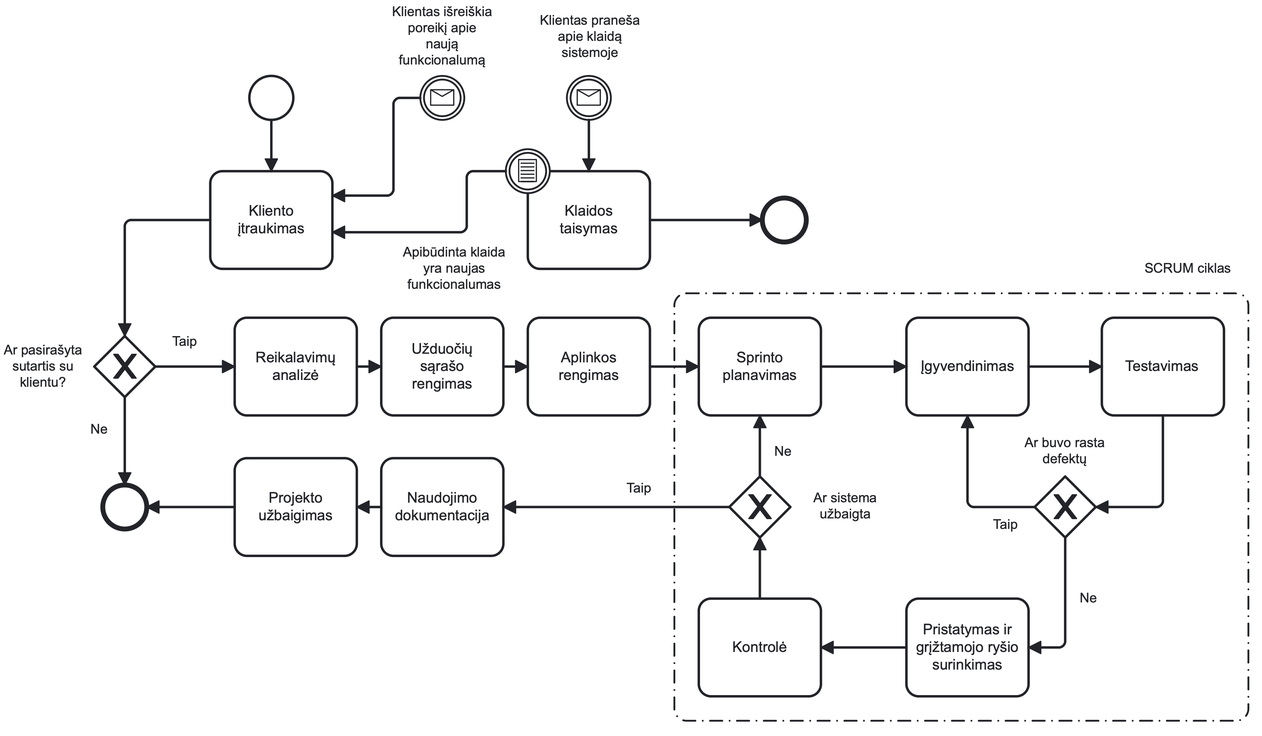
The BPMN diagram task-2-improvement/etc/diagrams/processes.png in ArnasVaic/software-process, before a commit. Its source is kept beside it as task-2-improvement/etc/bpmn/processes.bpmn. Ids are renumbered.
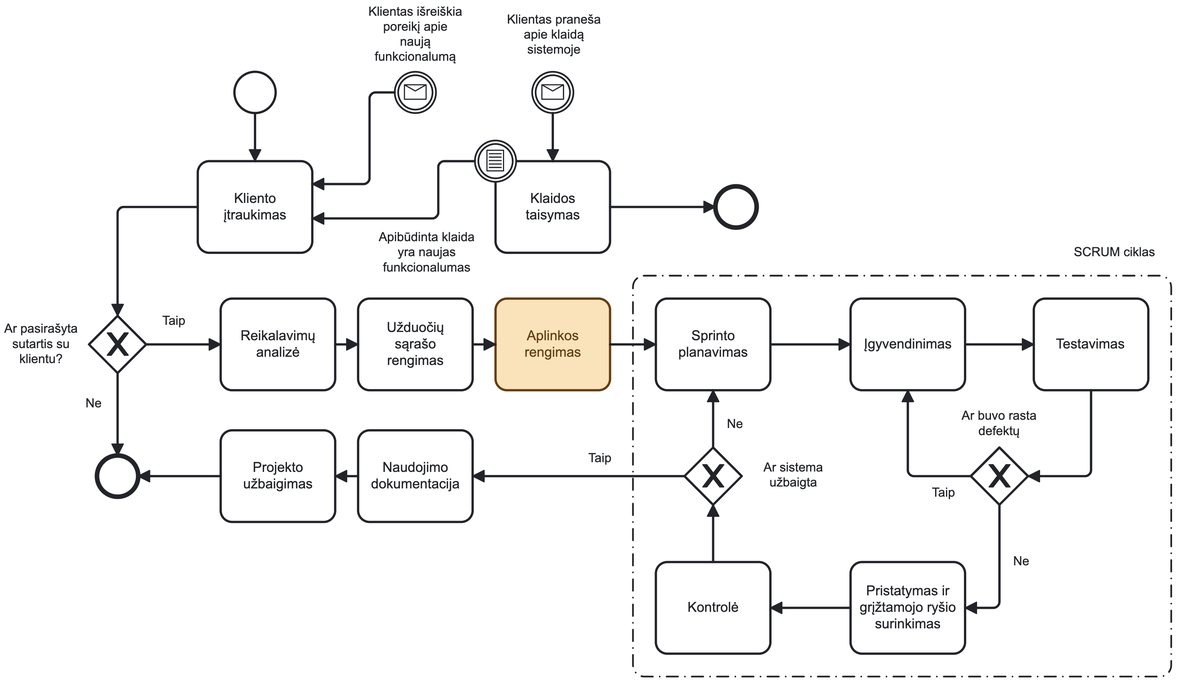
After the commit.

The edit, as a diff of the source:
```diff
@@ -1,4 +1,4 @@
-<definitions xmlns="http://www.omg.org/spec/BPMN/20100524/MODEL" xmlns:bpmndi="http://www.omg.org/spec/BPMN/20100524/DI" xmlns:omgdi="http://www.omg.org/spec/DD/20100524/DI" xmlns:omgdc="http://www.omg.org/spec/DD/20100524/DC" xmlns:xsi="http://www.w3.org/2001/XMLSchema-instance" id="sid-38422fae-e03e-43a3-bef4-bd33b32041b2" targetNamespace="http://bpmn.io/bpmn" exporter="bpmn-js (https://demo.bpmn.io)" exporterVersion="17.11.1">
+<definitions xmlns="http://www.omg.org/spec/BPMN/20100524/MODEL" xmlns:bpmndi="http://www.omg.org/spec/BPMN/20100524/DI" xmlns:omgdi="http://www.omg.org/spec/DD/20100524/DI" xmlns:omgdc="http://www.omg.org/spec/DD/20100524/DC" xmlns:xsi="http://www.w3.org/2001/XMLSchema-instance" xmlns:bioc="http://bpmn.io/schema/bpmn/biocolor/1.0" xmlns:color="http://www.omg.org/spec/BPMN/non-normative/color/1.0" id="sid-38422fae-e03e-43a3-bef4-bd33b32041b2" targetNamespace="http://bpmn.io/bpmn" exporter="bpmn-js (https://demo.bpmn.io)" exporterVersion="18.0.0">
   <process id="Process_1" isExecutable="false">
     <startEvent id="Event_n1">
       <outgoing>Flow_n2</outgoing>
@@ -127,52 +127,8 @@
         <omgdc:Bounds x="320" y="190" width="100" height="80" />
         <bpmndi:BPMNLabel />
       </bpmndi:BPMNShape>
-      <bpmndi:BPMNShape id="Activity_n36_di" bpmnElement="Activity_n36">
-        <omgdc:Bounds x="580" y="190" width="100" height="80" />
-        <bpmndi:BPMNLabel />
-      </bpmndi:BPMNShape>
-      <bpmndi:BPMNShape id="Event_n39_di" bpmnElement="Event_n39">
-        <omgdc:Bounds x="772" y="212" width="36" height="36" />
-      </bpmndi:BPMNShape>
-      <bpmndi:BPMNShape id="Event_1sedg9b_di" bpmnElement="Event_n40">
-        <omgdc:Bounds x="612" y="112" width="36" height="36" />
-        <bpmndi:BPMNLabel>
-          <omgdc:Bounds x="590" y="60" width="82" height="40" />
-        </bpmndi:BPMNLabel>
-      </bpmndi:BPMNShape>
-      <bpmndi:BPMNShape id="BPMNShape_n50" bpmnElement="Event_n43">
-        <omgdc:Bounds x="492" y="112" width="36" height="36" />
-        <bpmndi:BPMNLabel>
-          <omgdc:Bounds x="469" y="53" width="82" height="53" />
-        </bpmndi:BPMNLabel>
-      </bpmndi:BPMNShape>
       <bpmndi:BPMNShape id="Activity_n7_di" bpmnElement="Activity_n7">
         <omgdc:Bounds x="460" y="310" width="100" height="80" />
-        <bpmndi:BPMNLabel />
-      </bpmndi:BPMNShape>
-      <bpmndi:BPMNShape id="Activity_n26_di" bpmnElement="Activity_n26">
-        <omgdc:Bounds x="460" y="425" width="100" height="80" />
-        <bpmndi:BPMNLabel />
-      </bpmndi:BPMNShape>
-      <bpmndi:BPMNShape id="Activity_n28_di" bpmnElement="Activity_n28">
-        <omgdc:Bounds x="340" y="425" width="100" height="80" />
-        <bpmndi:BPMNLabel />
-      </bpmndi:BPMNShape>
-      <bpmndi:BPMNShape id="Event_n30_di" bpmnElement="Event_n30">
-        <omgdc:Bounds x="232" y="447" width="36" height="36" />
-      </bpmndi:BPMNShape>
-      <bpmndi:BPMNShape id="Gateway_n32_di" bpmnElement="Gateway_n32" isMarkerVisible="true">
-        <omgdc:Bounds x="225" y="325" width="50" height="50" />
-        <bpmndi:BPMNLabel>
-          <omgdc:Bounds x="151" y="330" width="65" height="40" />
-        </bpmndi:BPMNLabel>
-      </bpmndi:BPMNShape>
-      <bpmndi:BPMNShape id="Activity_n34_di" bpmnElement="Activity_n34">
-        <omgdc:Bounds x="340" y="310" width="100" height="80" />
-        <bpmndi:BPMNLabel />
-      </bpmndi:BPMNShape>
-      <bpmndi:BPMNShape id="Activity_n42_di" bpmnElement="Activity_n42">
-        <omgdc:Bounds x="580" y="310" width="100" height="80" />
         <bpmndi:BPMNLabel />
       </bpmndi:BPMNShape>
       <bpmndi:BPMNShape id="Activity_n10_di" bpmnElement="Activity_n10">
@@ -201,10 +157,60 @@
           <omgdc:Bounds x="814" y="451" width="52" height="27" />
         </bpmndi:BPMNLabel>
       </bpmndi:BPMNShape>
+      <bpmndi:BPMNShape id="Activity_n26_di" bpmnElement="Activity_n26">
+        <omgdc:Bounds x="460" y="425" width="100" height="80" />
+        <bpmndi:BPMNLabel />
+      </bpmndi:BPMNShape>
+      <bpmndi:BPMNShape id="Activity_n28_di" bpmnElement="Activity_n28">
+        <omgdc:Bounds x="340" y="425" width="100" height="80" />
+        <bpmndi:BPMNLabel />
+      </bpmndi:BPMNShape>
+      <bpmndi:BPMNShape id="Event_n30_di" bpmnElement="Event_n30">
+        <omgdc:Bounds x="232" y="447" width="36" height="36" />
+      </bpmndi:BPMNShape>
+      <bpmndi:BPMNShape id="Gateway_n32_di" bpmnElement="Gateway_n32" isMarkerVisible="true">
+        <omgdc:Bounds x="225" y="325" width="50" height="50" />
+        <bpmndi:BPMNLabel>
+          <omgdc:Bounds x="151" y="330" width="65" height="40" />
+        </bpmndi:BPMNLabel>
+      </bpmndi:BPMNShape>
+      <bpmndi:BPMNShape id="Activity_n34_di" bpmnElement="Activity_n34">
+        <omgdc:Bounds x="340" y="310" width="100" height="80" />
+        <bpmndi:BPMNLabel />
+      </bpmndi:BPMNShape>
       <bpmndi:BPMNShape id="Gateway_n35_di" bpmnElement="Gateway_n35" isMarkerVisible="true">
         <omgdc:Bounds x="995" y="440" width="50" height="50" />
         <bpmndi:BPMNLabel>
           <omgdc:Bounds x="987" y="406" width="66" height="27" />
+        </bpmndi:BPMNLabel>
+      </bpmndi:BPMNShape>
+      <bpmndi:BPMNShape id="Activity_n36_di" bpmnElement="Activity_n36">
+        <omgdc:Bounds x="580" y="190" width="100" height="80" />
+        <bpmndi:BPMNLabel />
+      </bpmndi:BPMNShape>
+      <bpmndi:BPMNShape id="Event_n39_di" bpmnElement="Event_n39">
+        <omgdc:Bounds x="772" y="212" width="36" height="36" />
+      </bpmndi:BPMNShape>
+      <bpmndi:BPMNShape id="Event_1sedg9b_di" bpmnElement="Event_n40">
+        <omgdc:Bounds x="612" y="112" width="36" height="36" />
+        <bpmndi:BPMNLabel>
+          <omgdc:Bounds x="590" y="60" width="82" height="40" />
+        </bpmndi:BPMNLabel>
+      </bpmndi:BPMNShape>
+      <bpmndi:BPMNShape id="BPMNShape_n50" bpmnElement="Event_n43">
+        <omgdc:Bounds x="492" y="112" width="36" height="36" />
+        <bpmndi:BPMNLabel>
+          <omgdc:Bounds x="469" y="53" width="82" height="53" />
+        </bpmndi:BPMNLabel>
+      </bpmndi:BPMNShape>
+      <bpmndi:BPMNShape id="Activity_n42_di" bpmnElement="Activity_n42" bioc:stroke="#6b3c00" bioc:fill="#ffe0b2" color:background-color="#ffe0b2" color:border-color="#6b3c00">
+        <omgdc:Bounds x="580" y="310" width="100" height="80" />
+        <bpmndi:BPMNLabel />
+      </bpmndi:BPMNShape>
+      <bpmndi:BPMNShape id="Group_n47_di" bpmnElement="Group_n47">
+        <omgdc:Bounds x="700" y="290" width="470" height="350" />
+        <bpmndi:BPMNLabel>
+          <omgdc:Bounds x="1085" y="263" width="71" height="14" />
         </bpmndi:BPMNLabel>
       </bpmndi:BPMNShape>
       <bpmndi:BPMNShape id="Event_n45_di" bpmnElement="Event_n45">
@@ -214,64 +220,6 @@
         <omgdi:waypoint x="370" y="148" />
         <omgdi:waypoint x="370" y="190" />
       </bpmndi:BPMNEdge>
-      <bpmndi:BPMNEdge id="Flow_n4_di" bpmnElement="Flow_n4">
-        <omgdi:waypoint x="492" y="130" />
-        <omgdi:waypoint x="470" y="130" />
-        <omgdi:waypoint x="470" y="210" />
-        <omgdi:waypoint x="420" y="210" />
-      </bpmndi:BPMNEdge>
-      <bpmndi:BPMNEdge id="Flow_n5_di" bpmnElement="Flow_n5">
-        <omgdi:waypoint x="562" y="190" />
-        <omgdi:waypoint x="530" y="190" />
-        <omgdi:waypoint x="530" y="240" />
-        <omgdi:waypoint x="420" y="240" />
-        <bpmndi:BPMNLabel>
-          <omgdc:Bounds x="478" y="250" width="84" height="40" />
-        </bpmndi:BPMNLabel>
-      </bpmndi:BPMNEdge>
-      <bpmndi:BPMNEdge id="Flow_n6_di" bpmnElement="Flow_n6">
-        <omgdi:waypoint x="320" y="230" />
-        <omgdi:waypoint x="250" y="230" />
-        <omgdi:waypoint x="250" y="325" />
-      </bpmndi:BPMNEdge>
-      <bpmndi:BPMNEdge id="Flow_n37_di" bpmnElement="Flow_n37">
-        <omgdi:waypoint x="630" y="148" />
-        <omgdi:waypoint x="630" y="190" />
-      </bpmndi:BPMNEdge>
-      <bpmndi:BPMNEdge id="Flow_n38_di" bpmnElement="Flow_n38">
-        <omgdi:waypoint x="680" y="230" />
-        <omgdi:waypoint x="772" y="230" />
-      </bpmndi:BPMNEdge>
-      <bpmndi:BPMNEdge id="Flow_n8_di" bpmnElement="Flow_n8">
-        <omgdi:waypoint x="440" y="350" />
-        <omgdi:waypoint x="460" y="350" />
-      </bpmndi:BPMNEdge>
-      <bpmndi:BPMNEdge id="Flow_n9_di" bpmnElement="Flow_n9">
-        <omgdi:waypoint x="560" y="350" />
-        <omgdi:waypoint x="580" y="350" />
-      </bpmndi:BPMNEdge>
-      <bpmndi:BPMNEdge id="Flow_n25_di" bpmnElement="Flow_n25">
-        <omgdi:waypoint x="745" y="465" />
-        <omgdi:waypoint x="560" y="465" />
-        <bpmndi:BPMNLabel>
-          <omgdc:Bounds x="661" y="443" width="22" height="14" />
-        </bpmndi:BPMNLabel>
-      </bpmndi:BPMNEdge>
-      <bpmndi:BPMNEdge id="Flow_n27_di" bpmnElement="Flow_n27">
-        <omgdi:waypoint x="460" y="465" />
-        <omgdi:waypoint x="440" y="465" />
-      </bpmndi:BPMNEdge>
-      <bpmndi:BPMNEdge id="Flow_n29_di" bpmnElement="Flow_n29">
-        <omgdi:waypoint x="340" y="465" />
-        <omgdi:waypoint x="268" y="465" />
-      </bpmndi:BPMNEdge>
-      <bpmndi:BPMNEdge id="Flow_n31_di" bpmnElement="Flow_n31">
-        <omgdi:waypoint x="250" y="375" />
-        <omgdi:waypoint x="250" y="447" />
-        <bpmndi:BPMNLabel>
-          <omgdc:Bounds x="222" y="395" width="15" height="14" />
-        </bpmndi:BPMNLabel>
-      </bpmndi:BPMNEdge>
       <bpmndi:BPMNEdge id="Flow_n33_di" bpmnElement="Flow_n33">
         <omgdi:waypoint x="275" y="350" />
         <omgdi:waypoint x="340" y="350" />
@@ -279,9 +227,9 @@
           <omgdc:Bounds x="289" y="323" width="22" height="14" />
         </bpmndi:BPMNLabel>
       </bpmndi:BPMNEdge>
-      <bpmndi:BPMNEdge id="Flow_n12_di" bpmnElement="Flow_n12">
-        <omgdi:waypoint x="680" y="350" />
-        <omgdi:waypoint x="720" y="350" />
+      <bpmndi:BPMNEdge id="Flow_n9_di" bpmnElement="Flow_n9">
+        <omgdi:waypoint x="560" y="350" />
+        <omgdi:waypoint x="580" y="350" />
       </bpmndi:BPMNEdge>
       <bpmndi:BPMNEdge id="Flow_n11_di" bpmnElement="Flow_n11">
         <omgdi:waypoint x="770" y="440" />
@@ -327,12 +275,64 @@
           <omgdc:Bounds x="1032" y="533" width="15" height="14" />
         </bpmndi:BPMNLabel>
       </bpmndi:BPMNEdge>
-      <bpmndi:BPMNShape id="Group_n47_di" bpmnElement="Group_n47">
-        <omgdc:Bounds x="700" y="290" width="470" height="350" />
+      <bpmndi:BPMNEdge id="Flow_n25_di" bpmnElement="Flow_n25">
+        <omgdi:waypoint x="745" y="465" />
+        <omgdi:waypoint x="560" y="465" />
         <bpmndi:BPMNLabel>
-          <omgdc:Bounds x="1085" y="263" width="71" height="14" />
+          <omgdc:Bounds x="661" y="443" width="22" height="14" />
         </bpmndi:BPMNLabel>
-      </bpmndi:BPMNShape>
+      </bpmndi:BPMNEdge>
+      <bpmndi:BPMNEdge id="Flow_n27_di" bpmnElement="Flow_n27">
+        <omgdi:waypoint x="460" y="465" />
+        <omgdi:waypoint x="440" y="465" />
+      </bpmndi:BPMNEdge>
+      <bpmndi:BPMNEdge id="Flow_n29_di" bpmnElement="Flow_n29">
+        <omgdi:waypoint x="340" y="465" />
+        <omgdi:waypoint x="268" y="465" />
+      </bpmndi:BPMNEdge>
+      <bpmndi:BPMNEdge id="Flow_n31_di" bpmnElement="Flow_n31">
+        <omgdi:waypoint x="250" y="375" />
+        <omgdi:waypoint x="250" y="447" />
+        <bpmndi:BPMNLabel>
+          <omgdc:Bounds x="222" y="395" width="15" height="14" />
+        </bpmndi:BPMNLabel>
+      </bpmndi:BPMNEdge>
+      <bpmndi:BPMNEdge id="Flow_n37_di" bpmnElement="Flow_n37">
+        <omgdi:waypoint x="630" y="148" />
+        <omgdi:waypoint x="630" y="190" />
+      </bpmndi:BPMNEdge>
+      <bpmndi:BPMNEdge id="Flow_n8_di" bpmnElement="Flow_n8">
+        <omgdi:waypoint x="440" y="350" />
+        <omgdi:waypoint x="460" y="350" />
+      </bpmndi:BPMNEdge>
+      <bpmndi:BPMNEdge id="Flow_n4_di" bpmnElement="Flow_n4">
+        <omgdi:waypoint x="492" y="130" />
+        <omgdi:waypoint x="470" y="130" />
+        <omgdi:waypoint x="470" y="210" />
+        <omgdi:waypoint x="420" y="210" />
+      </bpmndi:BPMNEdge>
+      <bpmndi:BPMNEdge id="Flow_n6_di" bpmnElement="Flow_n6">
+        <omgdi:waypoint x="320" y="230" />
+        <omgdi:waypoint x="250" y="230" />
+        <omgdi:waypoint x="250" y="325" />
+      </bpmndi:BPMNEdge>
+      <bpmndi:BPMNEdge id="Flow_n5_di" bpmnElement="Flow_n5">
+        <omgdi:waypoint x="562" y="190" />
+        <omgdi:waypoint x="530" y="190" />
+        <omgdi:waypoint x="530" y="240" />
+        <omgdi:waypoint x="420" y="240" />
+        <bpmndi:BPMNLabel>
+          <omgdc:Bounds x="478" y="250" width="84" height="40" />
+        </bpmndi:BPMNLabel>
+      </bpmndi:BPMNEdge>
+      <bpmndi:BPMNEdge id="Flow_n38_di" bpmnElement="Flow_n38">
+        <omgdi:waypoint x="680" y="230" />
+        <omgdi:waypoint x="772" y="230" />
+      </bpmndi:BPMNEdge>
+      <bpmndi:BPMNEdge id="Flow_n12_di" bpmnElement="Flow_n12">
+        <omgdi:waypoint x="680" y="350" />
+        <omgdi:waypoint x="720" y="350" />
+      </bpmndi:BPMNEdge>
     </bpmndi:BPMNPlane>
   </bpmndi:BPMNDiagram>
 </definitions>
```
